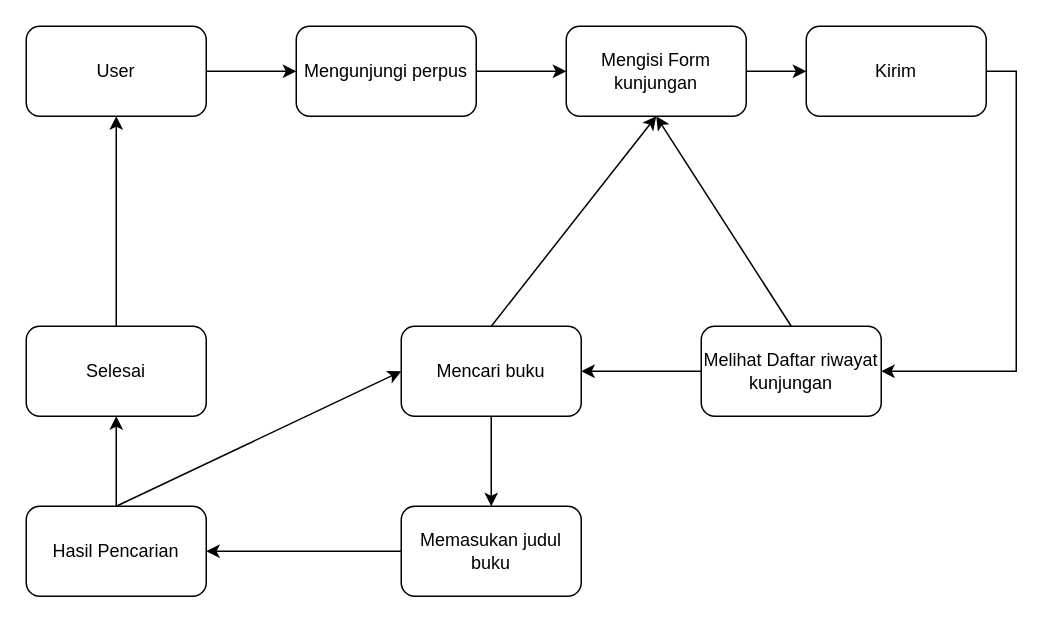
This is Alur-Perpus-Digital.drawio from yydaaa/Alur_perpusdigital, a draw.io file, before an edit. Source tidied: cells renumbered, new cells numbered last; positions are measured from the earlier drawing's top-left corner, leaving out a move shared by most shapes. Both pictures are drawn from the tidied source at 150%, with x=0, y=0 at pixel (26, 26).
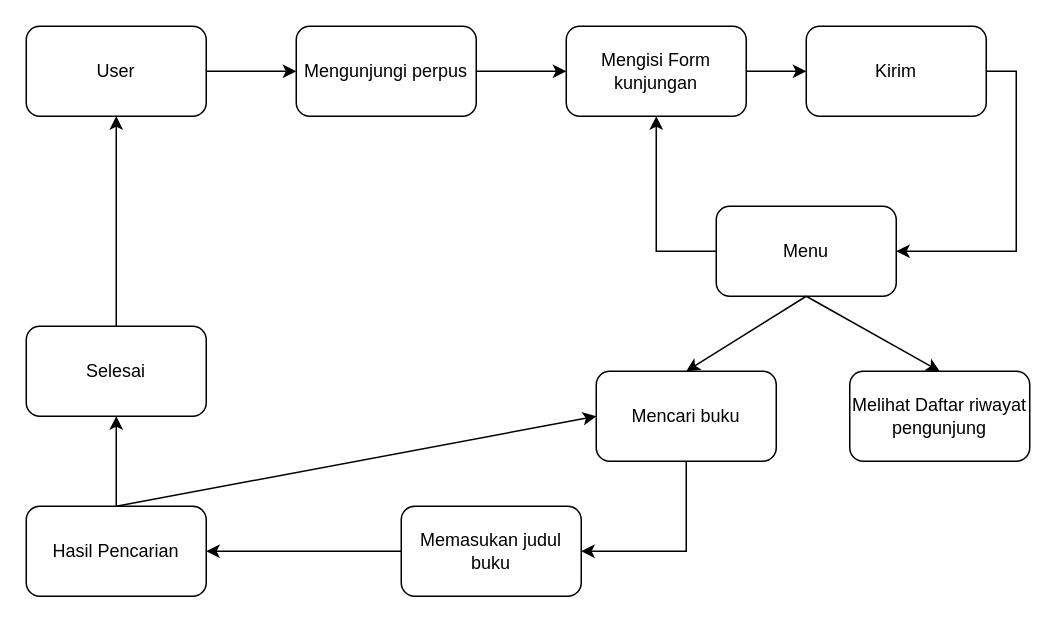
The same diagram, later.

Unchanged cells that the change refers to:
```xml
<mxCell id="5" value="Mengisi Form kunjungan" style="rounded=1;whiteSpace=wrap;html=1;" parent="1" vertex="1">
  <mxGeometry x="360" width="120" height="60" as="geometry" />
</mxCell>
<mxCell id="14" value="Kirim" style="rounded=1;whiteSpace=wrap;html=1;" parent="1" vertex="1">
  <mxGeometry x="520" width="120" height="60" as="geometry" />
</mxCell>
<mxCell id="20" value="Memasukan judul buku" style="rounded=1;whiteSpace=wrap;html=1;" parent="1" vertex="1">
  <mxGeometry x="250" y="320" width="120" height="60" as="geometry" />
</mxCell>
```

Diff of the diagram source:
```diff
@@
-    <mxCell id="9" style="edgeStyle=orthogonalEdgeStyle;rounded=0;jettySize=auto;html=1;exitX=0;exitY=0.5;exitDx=0;exitDy=0;entryX=1;entryY=0.5;entryDx=0;entryDy=0;" parent="1" edge="1" source="10" target="12">
-      <mxGeometry relative="1" as="geometry" />
-    </mxCell>
-    <mxCell id="10" value="Melihat Daftar riwayat kunjungan" style="rounded=1;whiteSpace=wrap;html=1;" parent="1" vertex="1">
-      <mxGeometry x="450" y="200" width="120" height="60" as="geometry" />
+    <mxCell id="10" value="Melihat Daftar riwayat pengunjung" style="rounded=1;whiteSpace=wrap;html=1;" parent="1" vertex="1">
+      <mxGeometry x="549" y="230" width="120" height="60" as="geometry" />
     </mxCell>
-    <mxCell id="11" style="edgeStyle=orthogonalEdgeStyle;rounded=0;jettySize=auto;html=1;exitX=0.5;exitY=1;exitDx=0;exitDy=0;entryX=0.5;entryY=0;entryDx=0;entryDy=0;" parent="1" edge="1" source="12" target="20">
+    <mxCell id="11" style="edgeStyle=orthogonalEdgeStyle;rounded=0;jettySize=auto;html=1;exitX=0.5;exitY=1;exitDx=0;exitDy=0;entryX=1;entryY=0.5;entryDx=0;entryDy=0;" parent="1" edge="1" source="12" target="20">
       <mxGeometry relative="1" as="geometry" />
     </mxCell>
     <mxCell id="12" value="Mencari buku" style="rounded=1;whiteSpace=wrap;html=1;" parent="1" vertex="1">
-      <mxGeometry x="250" y="200" width="120" height="60" as="geometry" />
+      <mxGeometry x="380" y="230" width="120" height="60" as="geometry" />
     </mxCell>
-    <mxCell id="13" style="edgeStyle=orthogonalEdgeStyle;rounded=0;jettySize=auto;html=1;exitX=1;exitY=0.5;exitDx=0;exitDy=0;entryX=1;entryY=0.5;entryDx=0;entryDy=0;" parent="1" edge="1" source="14" target="10">
-      <mxGeometry relative="1" as="geometry" />
-    </mxCell>
+    <mxCell id="24" style="edgeStyle=orthogonalEdgeStyle;rounded=0;jettySize=auto;html=1;exitX=1;exitY=0.5;exitDx=0;exitDy=0;entryX=1;entryY=0.5;entryDx=0;entryDy=0;" parent="1" edge="1" source="14" target="26">
+      <mxGeometry relative="1" as="geometry" />
+    </mxCell>
@@
-    <mxCell id="17" style="endArrow=classic;html=1;rounded=0;entryX=0.5;entryY=1;entryDx=0;entryDy=0;exitX=0.5;exitY=0;exitDx=0;exitDy=0;" parent="1" edge="1" source="10" target="5">
-      <mxGeometry relative="1" as="geometry" />
-    </mxCell>
-    <mxCell id="18" style="endArrow=classic;html=1;rounded=0;entryX=0.5;entryY=1;entryDx=0;entryDy=0;exitX=0.5;exitY=0;exitDx=0;exitDy=0;" parent="1" edge="1" source="12" target="5">
-      <mxGeometry relative="1" as="geometry" />
-    </mxCell>
@@
+    <mxCell id="25" style="edgeStyle=orthogonalEdgeStyle;rounded=0;jettySize=auto;html=1;exitX=0;exitY=0.5;exitDx=0;exitDy=0;entryX=0.5;entryY=1;entryDx=0;entryDy=0;" parent="1" edge="1" source="26" target="5">
+      <mxGeometry relative="1" as="geometry" />
+    </mxCell>
+    <mxCell id="26" value="Menu" style="rounded=1;whiteSpace=wrap;html=1;" parent="1" vertex="1">
+      <mxGeometry x="460" y="120" width="120" height="60" as="geometry" />
+    </mxCell>
+    <mxCell id="27" style="endArrow=classic;html=1;rounded=0;exitX=0.5;exitY=1;exitDx=0;exitDy=0;entryX=0.5;entryY=0;entryDx=0;entryDy=0;" parent="1" edge="1" source="26" target="10">
+      <mxGeometry relative="1" as="geometry" />
+    </mxCell>
+    <mxCell id="28" style="endArrow=classic;html=1;rounded=0;exitX=0.5;exitY=1;exitDx=0;exitDy=0;entryX=0.5;entryY=0;entryDx=0;entryDy=0;" parent="1" edge="1" source="26" target="12">
+      <mxGeometry relative="1" as="geometry" />
+    </mxCell>
```
